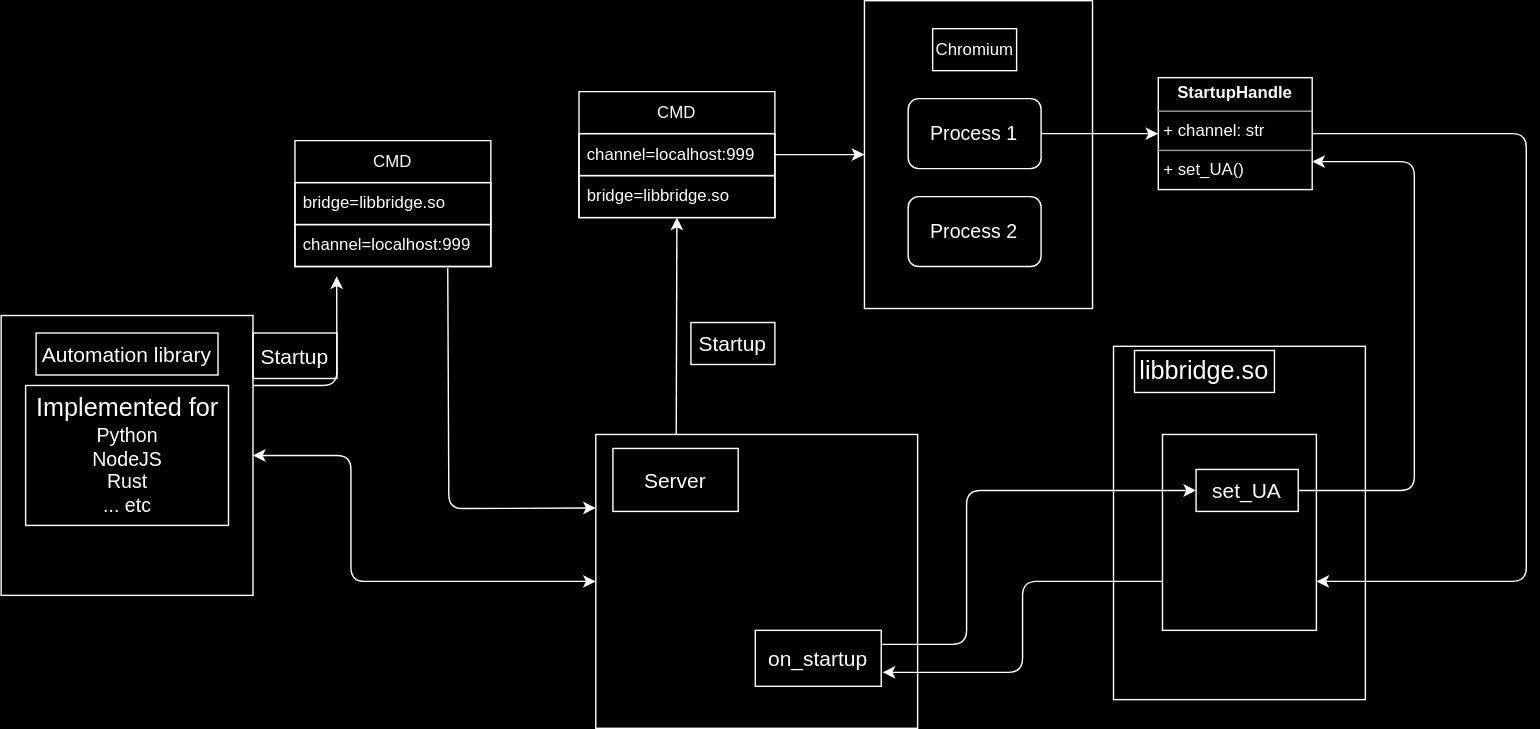
chrxer/chrx-design keeps this draw.io diagram as chrx/bridge.drawio.svg. Above is the earlier version. Source tidied: cells renumbered, new cells last; positions are measured from the earlier drawing's top-left corner, leaving out a move shared by most shapes.
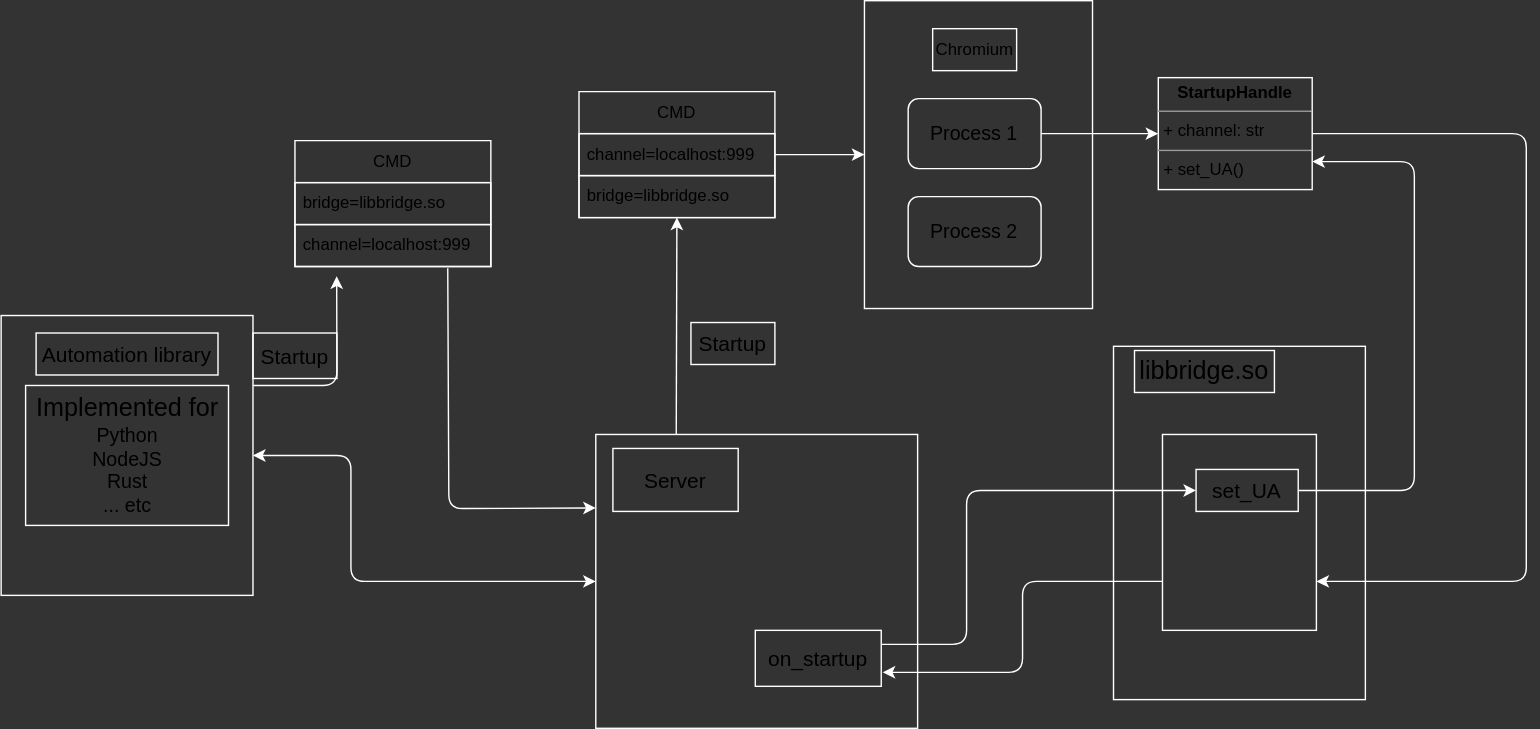
Above is the later version.

Commit message:
try black text

The edit, as a diff of the source:
```diff
@@ -1,23 +1,23 @@
-<mxGraphModel background="#000000">
+<mxGraphModel background="#333333">
   <root>
     <mxCell id="0" />
     <mxCell id="1" parent="0" />
-    <mxCell id="2" style="rounded=0;whiteSpace=wrap;html=1;fillColor=none;strokeColor=#FFFFFF;fontColor=#FFFFFF;" parent="1" vertex="1">
+    <mxCell id="2" style="rounded=0;whiteSpace=wrap;html=1;fillColor=none;strokeColor=#FFFFFF;fontColor=#000000;" parent="1" vertex="1">
       <mxGeometry x="617" width="163" height="220" as="geometry" />
     </mxCell>
-    <mxCell id="3" value="CMD" style="swimlane;fontStyle=0;horizontal=1;startSize=30;whiteSpace=wrap;html=1;fillColor=none;strokeColor=#FFFFFF;fontColor=#FFFFFF;" parent="1" vertex="1">
+    <mxCell id="3" value="CMD" style="swimlane;fontStyle=0;horizontal=1;startSize=30;whiteSpace=wrap;html=1;fillColor=none;strokeColor=#FFFFFF;fontColor=#000000;" parent="1" vertex="1">
       <mxGeometry x="413" y="65" width="140" height="90" as="geometry" />
     </mxCell>
-    <mxCell id="4" value="channel=localhost:999" style="text;strokeColor=#FFFFFF;fillColor=none;align=left;verticalAlign=middle;spacingLeft=4;spacingRight=4;overflow=hidden;points=[[0,0.5],[1,0.5]];portConstraint=eastwest;whiteSpace=wrap;html=1;fontColor=#FFFFFF;" parent="3" vertex="1">
+    <mxCell id="4" value="channel=localhost:999" style="text;strokeColor=#FFFFFF;fillColor=none;align=left;verticalAlign=middle;spacingLeft=4;spacingRight=4;overflow=hidden;points=[[0,0.5],[1,0.5]];portConstraint=eastwest;whiteSpace=wrap;html=1;fontColor=#000000;" parent="3" vertex="1">
       <mxGeometry y="30" width="140" height="30" as="geometry" />
     </mxCell>
-    <mxCell id="5" value="bridge=libbridge.so" style="text;strokeColor=#FFFFFF;fillColor=none;align=left;verticalAlign=middle;spacingLeft=4;spacingRight=4;overflow=hidden;points=[[0,0.5],[1,0.5]];portConstraint=eastwest;whiteSpace=wrap;html=1;fontColor=#FFFFFF;" parent="3" vertex="1">
+    <mxCell id="5" value="bridge=libbridge.so" style="text;strokeColor=#FFFFFF;fillColor=none;align=left;verticalAlign=middle;spacingLeft=4;spacingRight=4;overflow=hidden;points=[[0,0.5],[1,0.5]];portConstraint=eastwest;whiteSpace=wrap;html=1;fontColor=#000000;" parent="3" vertex="1">
       <mxGeometry y="60" width="140" height="30" as="geometry" />
     </mxCell>
-    <mxCell id="6" style="edgeStyle=none;html=1;exitX=1;exitY=0.5;exitDx=0;exitDy=0;entryX=0;entryY=0.5;entryDx=0;entryDy=0;strokeColor=#FFFFFF;fontColor=#FFFFFF;" parent="1" edge="1" source="4" target="2">
+    <mxCell id="6" style="edgeStyle=none;html=1;exitX=1;exitY=0.5;exitDx=0;exitDy=0;entryX=0;entryY=0.5;entryDx=0;entryDy=0;strokeColor=#FFFFFF;fontColor=#000000;" parent="1" edge="1" source="4" target="2">
       <mxGeometry relative="1" as="geometry" />
     </mxCell>
-    <mxCell id="7" style="edgeStyle=none;html=1;exitX=1;exitY=0.5;exitDx=0;exitDy=0;fontSize=15;entryX=1;entryY=0.75;entryDx=0;entryDy=0;strokeColor=#FFFFFF;fontColor=#FFFFFF;" parent="1" edge="1" source="8" target="23">
+    <mxCell id="7" style="edgeStyle=none;html=1;exitX=1;exitY=0.5;exitDx=0;exitDy=0;fontSize=15;entryX=1;entryY=0.75;entryDx=0;entryDy=0;strokeColor=#FFFFFF;fontColor=#000000;" parent="1" edge="1" source="8" target="23">
       <mxGeometry relative="1" as="geometry">
         <Array as="points">
           <mxPoint x="1090" y="95" />
@@ -25,49 +25,49 @@
         </Array>
       </mxGeometry>
     </mxCell>
-    <mxCell id="8" value="&lt;p style=&quot;margin:0px;margin-top:4px;text-align:center;&quot;&gt;&lt;b&gt;StartupHandle&lt;/b&gt;&lt;/p&gt;&lt;hr size=&quot;1&quot;&gt;&lt;p style=&quot;margin:0px;margin-left:4px;&quot;&gt;+ channel: str&amp;nbsp;&lt;/p&gt;&lt;hr size=&quot;1&quot;&gt;&lt;p style=&quot;margin:0px;margin-left:4px;&quot;&gt;+ set_UA()&lt;/p&gt;" style="verticalAlign=top;align=left;overflow=fill;fontSize=12;fontFamily=Helvetica;html=1;fillColor=none;strokeColor=#FFFFFF;fontColor=#FFFFFF;" parent="1" vertex="1">
+    <mxCell id="8" value="&lt;p style=&quot;margin:0px;margin-top:4px;text-align:center;&quot;&gt;&lt;b&gt;StartupHandle&lt;/b&gt;&lt;/p&gt;&lt;hr size=&quot;1&quot;&gt;&lt;p style=&quot;margin:0px;margin-left:4px;&quot;&gt;+ channel: str&amp;nbsp;&lt;/p&gt;&lt;hr size=&quot;1&quot;&gt;&lt;p style=&quot;margin:0px;margin-left:4px;&quot;&gt;+ set_UA()&lt;/p&gt;" style="verticalAlign=top;align=left;overflow=fill;fontSize=12;fontFamily=Helvetica;html=1;fillColor=none;strokeColor=#FFFFFF;fontColor=#000000;" parent="1" vertex="1">
       <mxGeometry x="827" y="55" width="110" height="80" as="geometry" />
     </mxCell>
-    <mxCell id="9" style="edgeStyle=none;html=1;exitX=1;exitY=0.5;exitDx=0;exitDy=0;entryX=0;entryY=0.5;entryDx=0;entryDy=0;strokeColor=#FFFFFF;fontColor=#FFFFFF;" parent="1" edge="1" source="10" target="8">
+    <mxCell id="9" style="edgeStyle=none;html=1;exitX=1;exitY=0.5;exitDx=0;exitDy=0;entryX=0;entryY=0.5;entryDx=0;entryDy=0;strokeColor=#FFFFFF;fontColor=#000000;" parent="1" edge="1" source="10" target="8">
       <mxGeometry relative="1" as="geometry" />
     </mxCell>
-    <mxCell id="10" value="&lt;font style=&quot;font-size: 14px;&quot;&gt;Process 1&lt;/font&gt;" style="rounded=1;whiteSpace=wrap;html=1;fillColor=none;strokeColor=#FFFFFF;fontColor=#FFFFFF;" parent="1" vertex="1">
+    <mxCell id="10" value="&lt;font style=&quot;font-size: 14px;&quot;&gt;Process 1&lt;/font&gt;" style="rounded=1;whiteSpace=wrap;html=1;fillColor=none;strokeColor=#FFFFFF;fontColor=#000000;" parent="1" vertex="1">
       <mxGeometry x="648.2" y="70" width="95" height="50" as="geometry" />
     </mxCell>
-    <mxCell id="11" value="&lt;font style=&quot;font-size: 14px;&quot;&gt;Process 2&lt;/font&gt;" style="rounded=1;whiteSpace=wrap;html=1;fillColor=none;strokeColor=#FFFFFF;fontColor=#FFFFFF;" parent="1" vertex="1">
+    <mxCell id="11" value="&lt;font style=&quot;font-size: 14px;&quot;&gt;Process 2&lt;/font&gt;" style="rounded=1;whiteSpace=wrap;html=1;fillColor=none;strokeColor=#FFFFFF;fontColor=#000000;" parent="1" vertex="1">
       <mxGeometry x="648.2" y="140" width="95" height="50" as="geometry" />
     </mxCell>
-    <mxCell id="12" value="Chromium" style="text;html=1;strokeColor=#FFFFFF;fillColor=none;align=center;verticalAlign=middle;whiteSpace=wrap;rounded=0;fontColor=#FFFFFF;" parent="1" vertex="1">
+    <mxCell id="12" value="Chromium" style="text;html=1;strokeColor=#FFFFFF;fillColor=none;align=center;verticalAlign=middle;whiteSpace=wrap;rounded=0;fontColor=#000000;" parent="1" vertex="1">
       <mxGeometry x="665.8" y="20" width="60" height="30" as="geometry" />
     </mxCell>
-    <mxCell id="13" style="rounded=0;whiteSpace=wrap;html=1;fillColor=none;strokeColor=#FFFFFF;fontColor=#FFFFFF;" parent="1" vertex="1">
+    <mxCell id="13" style="rounded=0;whiteSpace=wrap;html=1;fillColor=none;strokeColor=#FFFFFF;fontColor=#000000;" parent="1" vertex="1">
       <mxGeometry x="795" y="247" width="180" height="252.5" as="geometry" />
     </mxCell>
-    <mxCell id="14" value="&lt;font style=&quot;font-size: 18px;&quot;&gt;libbridge.so&lt;/font&gt;" style="text;html=1;strokeColor=#FFFFFF;fillColor=none;align=center;verticalAlign=middle;whiteSpace=wrap;rounded=0;fontSize=18;fontColor=#FFFFFF;" parent="1" vertex="1">
+    <mxCell id="14" value="&lt;font style=&quot;font-size: 18px;&quot;&gt;libbridge.so&lt;/font&gt;" style="text;html=1;strokeColor=#FFFFFF;fillColor=none;align=center;verticalAlign=middle;whiteSpace=wrap;rounded=0;fontSize=18;fontColor=#000000;" parent="1" vertex="1">
       <mxGeometry x="810" y="250" width="100" height="30" as="geometry" />
     </mxCell>
-    <mxCell id="15" value="CMD" style="swimlane;fontStyle=0;horizontal=1;startSize=30;whiteSpace=wrap;html=1;fillColor=none;strokeColor=#FFFFFF;fontColor=#FFFFFF;" parent="1" vertex="1">
+    <mxCell id="15" value="CMD" style="swimlane;fontStyle=0;horizontal=1;startSize=30;whiteSpace=wrap;html=1;fillColor=none;strokeColor=#FFFFFF;fontColor=#000000;" parent="1" vertex="1">
       <mxGeometry x="210" y="100" width="140" height="90" as="geometry" />
     </mxCell>
-    <mxCell id="16" value="bridge=libbridge.so" style="text;strokeColor=#FFFFFF;fillColor=none;align=left;verticalAlign=middle;spacingLeft=4;spacingRight=4;overflow=hidden;whiteSpace=wrap;html=1;fontColor=#FFFFFF;" parent="15" vertex="1">
+    <mxCell id="16" value="bridge=libbridge.so" style="text;strokeColor=#FFFFFF;fillColor=none;align=left;verticalAlign=middle;spacingLeft=4;spacingRight=4;overflow=hidden;whiteSpace=wrap;html=1;fontColor=#000000;" parent="15" vertex="1">
       <mxGeometry y="30" width="140" height="30" as="geometry" />
     </mxCell>
-    <mxCell id="17" value="channel=localhost:999" style="text;strokeColor=#FFFFFF;fillColor=none;align=left;verticalAlign=middle;spacingLeft=4;spacingRight=4;overflow=hidden;points=[[0,0.5],[1,0.5]];portConstraint=eastwest;whiteSpace=wrap;html=1;fontColor=#FFFFFF;" parent="15" vertex="1">
+    <mxCell id="17" value="channel=localhost:999" style="text;strokeColor=#FFFFFF;fillColor=none;align=left;verticalAlign=middle;spacingLeft=4;spacingRight=4;overflow=hidden;points=[[0,0.5],[1,0.5]];portConstraint=eastwest;whiteSpace=wrap;html=1;fontColor=#000000;" parent="15" vertex="1">
       <mxGeometry y="60" width="140" height="30" as="geometry" />
     </mxCell>
-    <mxCell id="18" value="Startup" style="text;html=1;strokeColor=#FFFFFF;fillColor=none;align=center;verticalAlign=middle;whiteSpace=wrap;rounded=0;fontSize=15;fontColor=#FFFFFF;" parent="1" vertex="1">
+    <mxCell id="18" value="Startup" style="text;html=1;strokeColor=#FFFFFF;fillColor=none;align=center;verticalAlign=middle;whiteSpace=wrap;rounded=0;fontSize=15;fontColor=#000000;" parent="1" vertex="1">
       <mxGeometry x="493" y="230" width="60" height="30" as="geometry" />
     </mxCell>
-    <mxCell id="19" style="edgeStyle=none;html=1;exitX=0.25;exitY=0;exitDx=0;exitDy=0;fontSize=15;strokeColor=#FFFFFF;fontColor=#FFFFFF;" parent="1" edge="1" source="20" target="5">
+    <mxCell id="19" style="edgeStyle=none;html=1;exitX=0.25;exitY=0;exitDx=0;exitDy=0;fontSize=15;strokeColor=#FFFFFF;fontColor=#000000;" parent="1" edge="1" source="20" target="5">
       <mxGeometry relative="1" as="geometry" />
     </mxCell>
-    <mxCell id="20" style="rounded=0;whiteSpace=wrap;html=1;fillColor=none;strokeColor=#FFFFFF;fontColor=#FFFFFF;" parent="1" vertex="1">
+    <mxCell id="20" style="rounded=0;whiteSpace=wrap;html=1;fillColor=none;strokeColor=#FFFFFF;fontColor=#000000;" parent="1" vertex="1">
       <mxGeometry x="425" y="310" width="230" height="210" as="geometry" />
     </mxCell>
-    <mxCell id="21" value="Server" style="text;html=1;strokeColor=#FFFFFF;fillColor=none;align=center;verticalAlign=middle;whiteSpace=wrap;rounded=0;fontSize=15;fontColor=#FFFFFF;" parent="1" vertex="1">
+    <mxCell id="21" value="Server" style="text;html=1;strokeColor=#FFFFFF;fillColor=none;align=center;verticalAlign=middle;whiteSpace=wrap;rounded=0;fontSize=15;fontColor=#000000;" parent="1" vertex="1">
       <mxGeometry x="437.2" y="320" width="89.5" height="45" as="geometry" />
     </mxCell>
-    <mxCell id="22" style="edgeStyle=none;html=1;exitX=0;exitY=0.75;exitDx=0;exitDy=0;fontSize=15;strokeColor=#FFFFFF;fontColor=#FFFFFF;" parent="1" edge="1" source="23">
+    <mxCell id="22" style="edgeStyle=none;html=1;exitX=0;exitY=0.75;exitDx=0;exitDy=0;fontSize=15;strokeColor=#FFFFFF;fontColor=#000000;" parent="1" edge="1" source="23">
       <mxGeometry relative="1" as="geometry">
         <mxPoint x="630" y="480" as="targetPoint" />
         <Array as="points">
@@ -76,10 +76,10 @@
         </Array>
       </mxGeometry>
     </mxCell>
-    <mxCell id="23" style="rounded=0;whiteSpace=wrap;html=1;fontSize=15;fillColor=none;strokeColor=#FFFFFF;fontColor=#FFFFFF;" parent="1" vertex="1">
+    <mxCell id="23" style="rounded=0;whiteSpace=wrap;html=1;fontSize=15;fillColor=none;strokeColor=#FFFFFF;fontColor=#000000;" parent="1" vertex="1">
       <mxGeometry x="830" y="310" width="110" height="140" as="geometry" />
     </mxCell>
-    <mxCell id="24" style="edgeStyle=none;html=1;exitX=1;exitY=0.25;exitDx=0;exitDy=0;entryX=0;entryY=0.5;entryDx=0;entryDy=0;fontSize=15;strokeColor=#FFFFFF;fontColor=#FFFFFF;" parent="1" edge="1" source="25" target="30">
+    <mxCell id="24" style="edgeStyle=none;html=1;exitX=1;exitY=0.25;exitDx=0;exitDy=0;entryX=0;entryY=0.5;entryDx=0;entryDy=0;fontSize=15;strokeColor=#FFFFFF;fontColor=#000000;" parent="1" edge="1" source="25" target="30">
       <mxGeometry relative="1" as="geometry">
         <Array as="points">
           <mxPoint x="690" y="460" />
@@ -87,23 +87,23 @@
         </Array>
       </mxGeometry>
     </mxCell>
-    <mxCell id="25" value="on_startup" style="rounded=0;whiteSpace=wrap;html=1;fontSize=15;fillColor=none;strokeColor=#FFFFFF;fontColor=#FFFFFF;" parent="1" vertex="1">
+    <mxCell id="25" value="on_startup" style="rounded=0;whiteSpace=wrap;html=1;fontSize=15;fillColor=none;strokeColor=#FFFFFF;fontColor=#000000;" parent="1" vertex="1">
       <mxGeometry x="539" y="450" width="90" height="40" as="geometry" />
     </mxCell>
-    <mxCell id="26" style="edgeStyle=none;html=1;exitX=1;exitY=0.25;exitDx=0;exitDy=0;entryX=0.213;entryY=1.233;entryDx=0;entryDy=0;fontSize=15;entryPerimeter=0;strokeColor=#FFFFFF;fontColor=#FFFFFF;" parent="1" edge="1" source="27" target="17">
+    <mxCell id="26" style="edgeStyle=none;html=1;exitX=1;exitY=0.25;exitDx=0;exitDy=0;entryX=0.213;entryY=1.233;entryDx=0;entryDy=0;fontSize=15;entryPerimeter=0;strokeColor=#FFFFFF;fontColor=#000000;" parent="1" edge="1" source="27" target="17">
       <mxGeometry relative="1" as="geometry">
         <Array as="points">
           <mxPoint x="240" y="275" />
         </Array>
       </mxGeometry>
     </mxCell>
-    <mxCell id="27" style="rounded=0;whiteSpace=wrap;html=1;fontSize=15;fillColor=none;strokeColor=#FFFFFF;fontColor=#FFFFFF;" parent="1" vertex="1">
+    <mxCell id="27" style="rounded=0;whiteSpace=wrap;html=1;fontSize=15;fillColor=none;strokeColor=#FFFFFF;fontColor=#000000;" parent="1" vertex="1">
       <mxGeometry y="225" width="180" height="200" as="geometry" />
     </mxCell>
-    <mxCell id="28" value="Automation library" style="text;html=1;strokeColor=#FFFFFF;fillColor=none;align=center;verticalAlign=middle;whiteSpace=wrap;rounded=0;fontSize=15;fontColor=#FFFFFF;" parent="1" vertex="1">
+    <mxCell id="28" value="Automation library" style="text;html=1;strokeColor=#FFFFFF;fillColor=none;align=center;verticalAlign=middle;whiteSpace=wrap;rounded=0;fontSize=15;fontColor=#000000;" parent="1" vertex="1">
       <mxGeometry x="25" y="237.5" width="130" height="30" as="geometry" />
     </mxCell>
-    <mxCell id="29" style="edgeStyle=none;html=1;exitX=1;exitY=0.5;exitDx=0;exitDy=0;entryX=1;entryY=0.75;entryDx=0;entryDy=0;fontSize=15;strokeColor=#FFFFFF;fontColor=#FFFFFF;" parent="1" edge="1" source="30" target="8">
+    <mxCell id="29" style="edgeStyle=none;html=1;exitX=1;exitY=0.5;exitDx=0;exitDy=0;entryX=1;entryY=0.75;entryDx=0;entryDy=0;fontSize=15;strokeColor=#FFFFFF;fontColor=#000000;" parent="1" edge="1" source="30" target="8">
       <mxGeometry relative="1" as="geometry">
         <Array as="points">
           <mxPoint x="1010" y="350" />
@@ -111,13 +111,13 @@
         </Array>
       </mxGeometry>
     </mxCell>
-    <mxCell id="30" value="set_UA" style="rounded=0;whiteSpace=wrap;html=1;fontSize=15;fillColor=none;strokeColor=#FFFFFF;fontColor=#FFFFFF;" parent="1" vertex="1">
+    <mxCell id="30" value="set_UA" style="rounded=0;whiteSpace=wrap;html=1;fontSize=15;fillColor=none;strokeColor=#FFFFFF;fontColor=#000000;" parent="1" vertex="1">
       <mxGeometry x="854" y="335" width="73" height="30" as="geometry" />
     </mxCell>
-    <mxCell id="31" value="Startup" style="text;html=1;strokeColor=#FFFFFF;fillColor=none;align=center;verticalAlign=middle;whiteSpace=wrap;rounded=0;fontSize=15;fontColor=#FFFFFF;" parent="1" vertex="1">
+    <mxCell id="31" value="Startup" style="text;html=1;strokeColor=#FFFFFF;fillColor=none;align=center;verticalAlign=middle;whiteSpace=wrap;rounded=0;fontSize=15;fontColor=#000000;" parent="1" vertex="1">
       <mxGeometry x="180" y="237.5" width="60" height="32.5" as="geometry" />
     </mxCell>
-    <mxCell id="32" style="endArrow=classic;startArrow=classic;html=1;fontSize=15;exitX=1;exitY=0.5;exitDx=0;exitDy=0;entryX=0;entryY=0.5;entryDx=0;entryDy=0;strokeColor=#FFFFFF;fontColor=#FFFFFF;" parent="1" edge="1" source="27" target="20">
+    <mxCell id="32" style="endArrow=classic;startArrow=classic;html=1;fontSize=15;exitX=1;exitY=0.5;exitDx=0;exitDy=0;entryX=0;entryY=0.5;entryDx=0;entryDy=0;strokeColor=#FFFFFF;fontColor=#000000;" parent="1" edge="1" source="27" target="20">
       <mxGeometry relative="1" as="geometry">
         <Array as="points">
           <mxPoint x="250" y="325" />
@@ -125,14 +125,14 @@
         </Array>
       </mxGeometry>
     </mxCell>
-    <mxCell id="33" style="edgeStyle=none;html=1;exitX=0.78;exitY=1.043;exitDx=0;exitDy=0;entryX=0;entryY=0.25;entryDx=0;entryDy=0;exitPerimeter=0;strokeColor=#FFFFFF;fontColor=#FFFFFF;" parent="1" edge="1" source="17" target="20">
+    <mxCell id="33" style="edgeStyle=none;html=1;exitX=0.78;exitY=1.043;exitDx=0;exitDy=0;entryX=0;entryY=0.25;entryDx=0;entryDy=0;exitPerimeter=0;strokeColor=#FFFFFF;fontColor=#000000;" parent="1" edge="1" source="17" target="20">
       <mxGeometry relative="1" as="geometry">
         <Array as="points">
           <mxPoint x="320" y="363" />
         </Array>
       </mxGeometry>
     </mxCell>
-    <mxCell id="34" value="&lt;font style=&quot;&quot;&gt;&lt;span style=&quot;font-size: 18px;&quot;&gt;Implemented for&lt;/span&gt;&lt;br&gt;&lt;font style=&quot;font-size: 14px;&quot;&gt;Python&lt;br&gt;NodeJS&lt;br&gt;Rust&lt;br&gt;... etc&lt;/font&gt;&lt;br&gt;&lt;/font&gt;" style="text;html=1;strokeColor=#FFFFFF;fillColor=none;align=center;verticalAlign=middle;whiteSpace=wrap;rounded=0;fontColor=#FFFFFF;" parent="1" vertex="1">
+    <mxCell id="34" value="&lt;font style=&quot;&quot;&gt;&lt;span style=&quot;font-size: 18px;&quot;&gt;Implemented for&lt;/span&gt;&lt;br&gt;&lt;font style=&quot;font-size: 14px;&quot;&gt;Python&lt;br&gt;NodeJS&lt;br&gt;Rust&lt;br&gt;... etc&lt;/font&gt;&lt;br&gt;&lt;/font&gt;" style="text;html=1;strokeColor=#FFFFFF;fillColor=none;align=center;verticalAlign=middle;whiteSpace=wrap;rounded=0;fontColor=#000000;" parent="1" vertex="1">
       <mxGeometry x="17.5" y="275" width="145" height="100" as="geometry" />
     </mxCell>
   </root>
```
